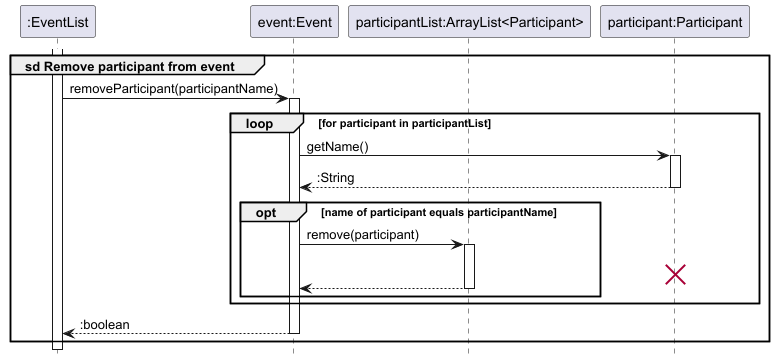
Above: docs/images/RemoveParticipantFromEvent.png in nus-cs2113-AY2425S1/tp (PlantUML), before the change.
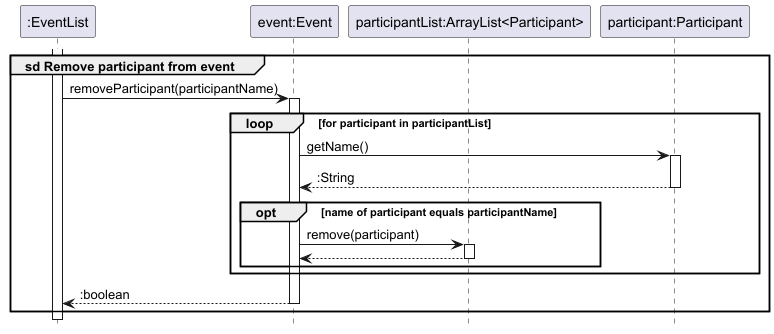
The same file after the commit.

Commit message:
Remove "X" from sequence diagrams

Diff of the diagram source:
```diff
@@ -21,7 +21,6 @@
         opt name of participant equals participantName
             event -> participantList : remove(participant)
             activate participantList
-            destroy participant
             return
         end
     end
```
